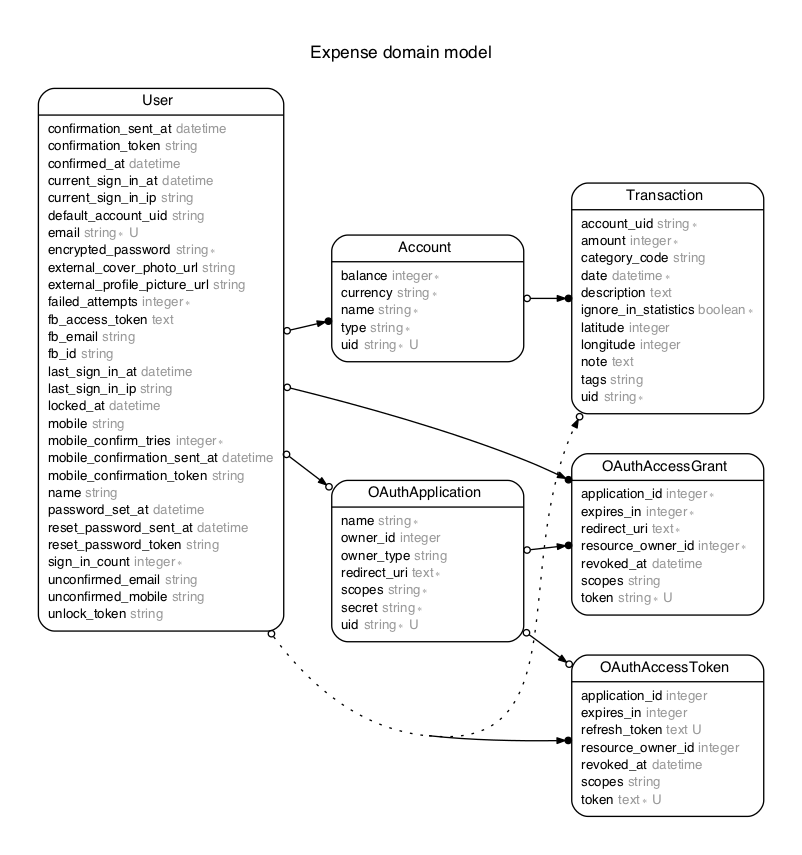
The Graphviz diagram erd.png in expenture/Expense, before a commit. Its source is kept beside it as erd.dot.
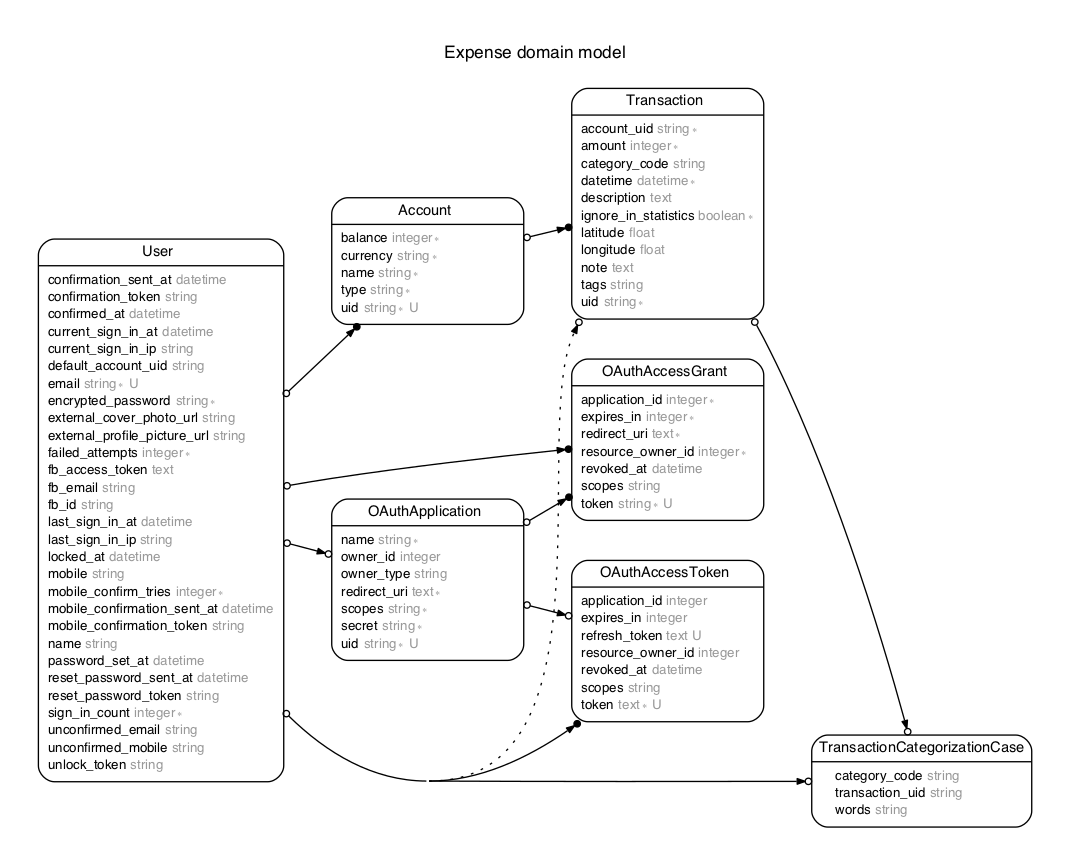
The same diagram one commit later.

Change to the diagram source:
```diff
@@ -73,14 +73,24 @@
   <tr><td align="left" width="130" port="account_uid">account_uid <font face="Arial ItalicMT" color="grey60">string ∗</font></td></tr>
   <tr><td align="left" width="130" port="amount">amount <font face="Arial ItalicMT" color="grey60">integer ∗</font></td></tr>
   <tr><td align="left" width="130" port="category_code">category_code <font face="Arial ItalicMT" color="grey60">string</font></td></tr>
-  <tr><td align="left" width="130" port="date">date <font face="Arial ItalicMT" color="grey60">datetime ∗</font></td></tr>
+  <tr><td align="left" width="130" port="datetime">datetime <font face="Arial ItalicMT" color="grey60">datetime ∗</font></td></tr>
   <tr><td align="left" width="130" port="description">description <font face="Arial ItalicMT" color="grey60">text</font></td></tr>
   <tr><td align="left" width="130" port="ignore_in_statistics">ignore_in_statistics <font face="Arial ItalicMT" color="grey60">boolean ∗</font></td></tr>
-  <tr><td align="left" width="130" port="latitude">latitude <font face="Arial ItalicMT" color="grey60">integer</font></td></tr>
-  <tr><td align="left" width="130" port="longitude">longitude <font face="Arial ItalicMT" color="grey60">integer</font></td></tr>
+  <tr><td align="left" width="130" port="latitude">latitude <font face="Arial ItalicMT" color="grey60">float</font></td></tr>
+  <tr><td align="left" width="130" port="longitude">longitude <font face="Arial ItalicMT" color="grey60">float</font></td></tr>
   <tr><td align="left" width="130" port="note">note <font face="Arial ItalicMT" color="grey60">text</font></td></tr>
   <tr><td align="left" width="130" port="tags">tags <font face="Arial ItalicMT" color="grey60">string</font></td></tr>
   <tr><td align="left" width="130" port="uid">uid <font face="Arial ItalicMT" color="grey60">string ∗</font></td></tr>
+</table>
+>];
+m_TransactionCategorizationCase [label = <<table border="0" align="center" cellspacing="0.5" cellpadding="0" width="134">
+  <tr><td align="center" valign="bottom" width="130"><font face="Arial BoldMT" point-size="11">TransactionCategorizationCase</font></td></tr>
+</table>
+|
+<table border="0" align="left" cellspacing="2" cellpadding="0" width="134">
+  <tr><td align="left" width="130" port="category_code">category_code <font face="Arial ItalicMT" color="grey60">string</font></td></tr>
+  <tr><td align="left" width="130" port="transaction_uid">transaction_uid <font face="Arial ItalicMT" color="grey60">string</font></td></tr>
+  <tr><td align="left" width="130" port="words">words <font face="Arial ItalicMT" color="grey60">string</font></td></tr>
 </table>
 >];
 m_User [label = <<table border="0" align="center" cellspacing="0.5" cellpadding="0" width="134">
@@ -126,5 +136,7 @@
   m_User -> m_OAuthApplication [arrowsize = "0.6", arrowhead = "odotnormal", arrowtail = "odot", weight = "1"];
   m_User -> m_Account [arrowsize = "0.6", arrowhead = "dotnormal", arrowtail = "odot", weight = "2"];
   m_User -> m_Transaction [style = "dotted", arrowsize = "0.6", arrowhead = "odotnormal", arrowtail = "odot", weight = "1", constraint = "false"];
+  m_User -> m_TransactionCategorizationCase [arrowsize = "0.6", arrowhead = "odotnormal", arrowtail = "odot", weight = "2"];
   m_Account -> m_Transaction [arrowsize = "0.6", arrowhead = "dotnormal", arrowtail = "odot", weight = "2"];
+  m_Transaction -> m_TransactionCategorizationCase [arrowsize = "0.6", arrowhead = "odotnormal", arrowtail = "odot", weight = "1"];
 }
```
